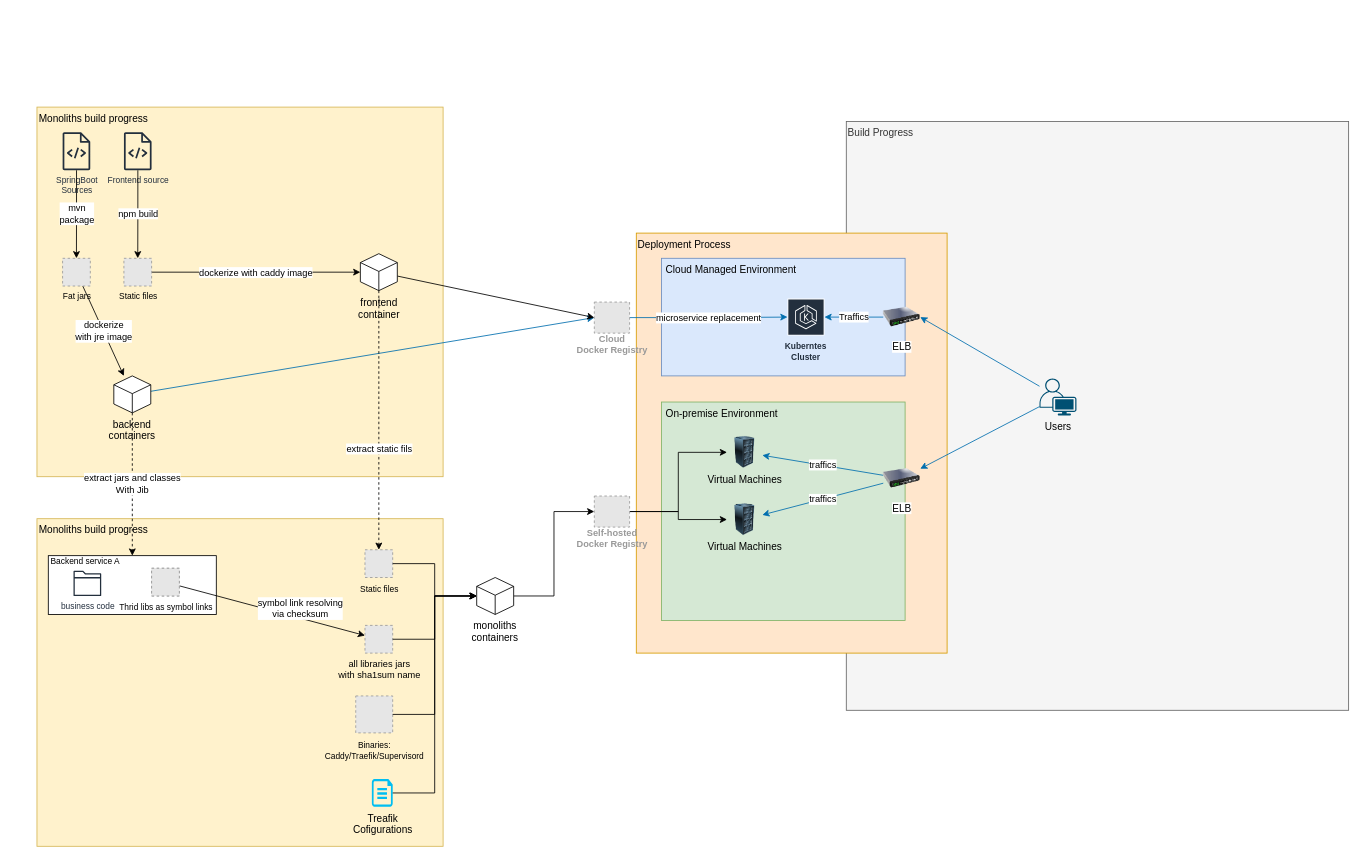
This is page "Page-1" (1 of 2) of monoliths.drawio from miao1007/fuck-2014-flirt-2015, a draw.io file, before an edit. Source tidied: cells renumbered, new cells numbered last; positions are measured from the earlier drawing's top-left corner, leaving out a move shared by most shapes. Both pictures are drawn from the tidied source at 84%, with x=0, y=0 at pixel (36, 107). Pictures stored in the file or linked from it are replaced by grey dashed boxes.
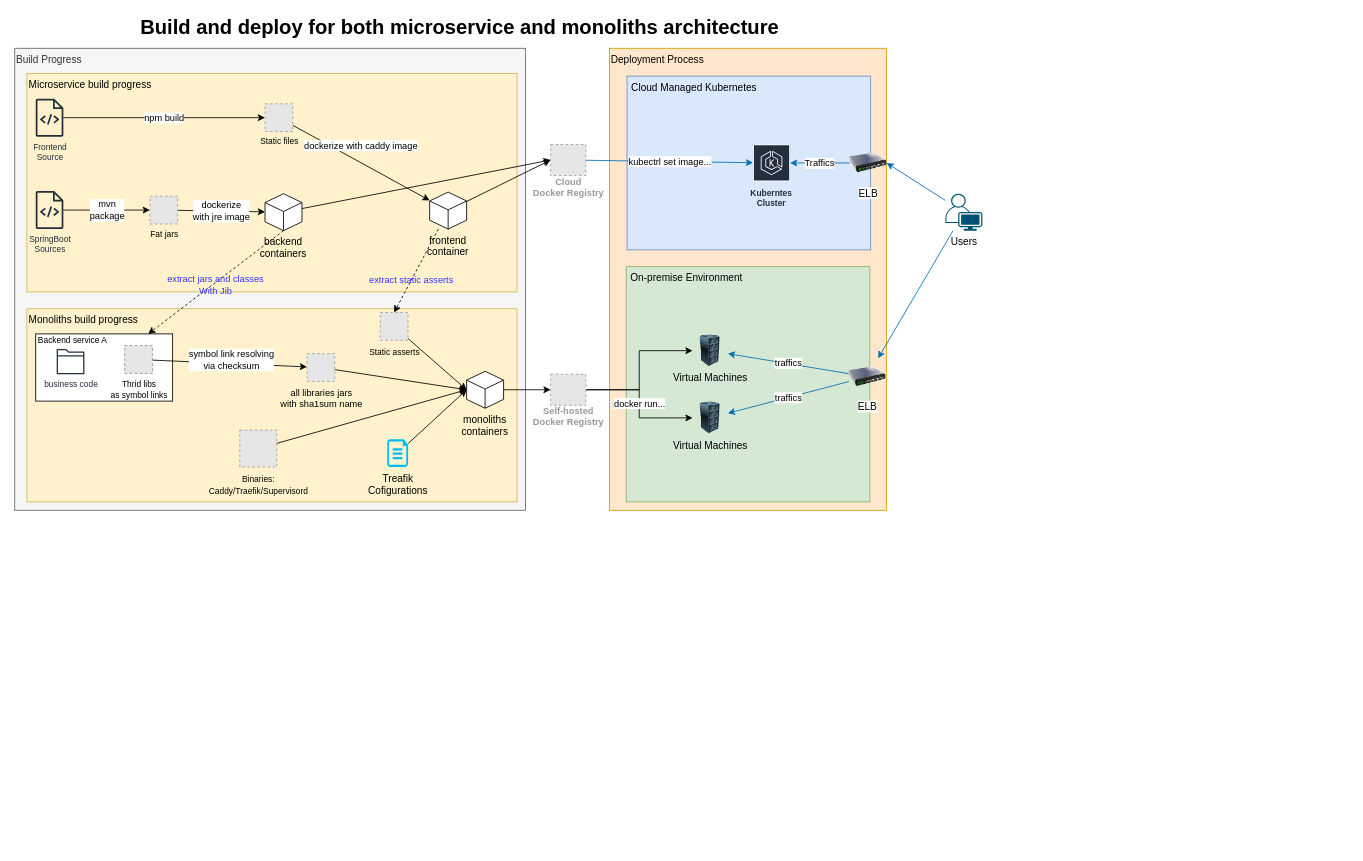
The same diagram, later.

Change to the diagram source:
```diff
@@
+    <mxCell id="3" value="Build Progress" style="rounded=0;whiteSpace=wrap;html=1;verticalAlign=top;align=left;fillColor=#f5f5f5;strokeColor=#666666;fontColor=#333333;" parent="1" vertex="1">
+      <mxGeometry x="-26" y="-70" width="608" height="550" as="geometry" />
+    </mxCell>
-    <mxCell id="2" value="Monoliths build progress" style="rounded=0;whiteSpace=wrap;html=1;fillColor=#fff2cc;strokeColor=#d6b656;align=left;verticalAlign=top;" parent="1" vertex="1">
-      <mxGeometry x="0.5" width="483.5" height="440" as="geometry" />
+    <mxCell id="2" value="Microservice build progress" style="rounded=0;whiteSpace=wrap;html=1;fillColor=#fff2cc;strokeColor=#d6b656;align=left;verticalAlign=top;" parent="1" vertex="1">
+      <mxGeometry x="-11.5" y="-40" width="583.5" height="260" as="geometry" />
     </mxCell>
-    <mxCell id="3" value="Build Progress" style="rounded=0;whiteSpace=wrap;html=1;verticalAlign=top;align=left;fillColor=#f5f5f5;strokeColor=#666666;fontColor=#333333;" parent="1" vertex="1">
-      <mxGeometry x="964" y="17.1" width="598" height="701" as="geometry" />
-    </mxCell>
     <mxCell id="4" value="Monoliths build progress" style="rounded=0;whiteSpace=wrap;html=1;fillColor=#fff2cc;strokeColor=#d6b656;align=left;verticalAlign=top;" parent="1" vertex="1">
-      <mxGeometry x="0.5" y="490" width="483.5" height="390" as="geometry" />
+      <mxGeometry x="-11.5" y="240" width="583.5" height="230" as="geometry" />
     </mxCell>
     <mxCell id="5" value="&amp;nbsp;&lt;font style=&quot;font-size: 10px;&quot;&gt;Backend service A&lt;/font&gt;" style="rounded=0;whiteSpace=wrap;html=1;fontSize=11;align=left;verticalAlign=top;spacing=0;labelPosition=center;verticalLabelPosition=middle;textDirection=ltr;spacingTop=-4;" parent="1" vertex="1">
-      <mxGeometry x="14" y="534" width="200" height="70" as="geometry" />
+      <mxGeometry x="-1" y="270" width="163" height="80" as="geometry" />
     </mxCell>
-    <mxCell id="6" value="&lt;div&gt;extract jars and classes&lt;/div&gt;&lt;div&gt;With Jib&lt;/div&gt;" style="rounded=0;jettySize=auto;html=1;exitX=0.5;exitY=1;exitDx=0;exitDy=0;dashed=1;exitPerimeter=0;" parent="1" edge="1" source="14" target="5">
-      <mxGeometry relative="1" as="geometry" />
+    <mxCell id="6" value="&lt;div&gt;extract jars and classes&lt;/div&gt;&lt;div&gt;With Jib&lt;/div&gt;" style="rounded=0;jettySize=auto;html=1;exitX=0.5;exitY=1;exitDx=0;exitDy=0;dashed=1;exitPerimeter=0;labelBackgroundColor=none;fontColor=#3333FF;" parent="1" edge="1" source="14" target="5">
+      <mxGeometry x="0.03" y="2" relative="1" as="geometry" />
     </mxCell>
     <mxCell id="7" value="Deployment Process" style="rounded=0;whiteSpace=wrap;html=1;verticalAlign=top;align=left;fillColor=#ffe6cc;strokeColor=#d79b00;" parent="1" vertex="1">
-      <mxGeometry x="714" y="150" width="370" height="500" as="geometry" />
+      <mxGeometry x="682" y="-70" width="330" height="550" as="geometry" />
     </mxCell>
     <mxCell id="8" value="&amp;nbsp;On-premise Environment" style="rounded=0;whiteSpace=wrap;html=1;verticalAlign=top;align=left;fillColor=#d5e8d4;strokeColor=#82b366;" parent="1" vertex="1">
-      <mxGeometry x="744" y="351.1" width="290" height="260" as="geometry" />
+      <mxGeometry x="702" y="190" width="290" height="280" as="geometry" />
     </mxCell>
-    <mxCell id="9" value="&amp;nbsp;Cloud Managed Environment" style="rounded=0;whiteSpace=wrap;html=1;verticalAlign=top;align=left;fillColor=#dae8fc;strokeColor=#6c8ebf;" parent="1" vertex="1">
-      <mxGeometry x="744" y="180" width="290" height="140" as="geometry" />
+    <mxCell id="9" value="&amp;nbsp;Cloud Managed Kubernetes" style="rounded=0;whiteSpace=wrap;html=1;verticalAlign=top;align=left;fillColor=#dae8fc;strokeColor=#6c8ebf;" parent="1" vertex="1">
+      <mxGeometry x="703" y="-36.9" width="290" height="206.9" as="geometry" />
     </mxCell>
     <mxCell id="10" value="&lt;div&gt;dockerize with caddy image&lt;/div&gt;" style="rounded=0;jettySize=auto;html=1;" parent="1" edge="1" source="19" target="16">
-      <mxGeometry relative="1" as="geometry" />
+      <mxGeometry x="-0.11" y="18" relative="1" as="geometry" />
     </mxCell>
-    <mxCell id="11" value="Frontend source" style="sketch=0;outlineConnect=0;fontColor=#232F3E;gradientColor=none;fillColor=#232F3D;strokeColor=none;dashed=0;verticalLabelPosition=bottom;verticalAlign=top;align=center;html=1;fontSize=10;fontStyle=0;shape=mxgraph.aws4.source_code;direction=east;flipH=0;flipV=0;" parent="1" vertex="1">
-      <mxGeometry x="104" y="30" width="33" height="45.2" as="geometry" />
+    <mxCell id="11" value="&lt;div&gt;Frontend&lt;/div&gt;&lt;div&gt;Source&lt;/div&gt;" style="sketch=0;outlineConnect=0;fontColor=#232F3E;gradientColor=none;fillColor=#232F3D;strokeColor=none;dashed=0;verticalLabelPosition=bottom;verticalAlign=top;align=center;html=1;fontSize=10;fontStyle=0;shape=mxgraph.aws4.source_code;direction=east;flipH=0;flipV=0;" parent="1" vertex="1">
+      <mxGeometry x="-1" y="-10" width="33" height="45.2" as="geometry" />
     </mxCell>
     <mxCell id="12" value="&lt;div&gt;SpringBoot&lt;/div&gt;&lt;div&gt;Sources&lt;/div&gt;" style="sketch=0;outlineConnect=0;fontColor=#232F3E;gradientColor=none;fillColor=#232F3D;strokeColor=none;dashed=0;verticalLabelPosition=bottom;verticalAlign=top;align=center;html=1;fontSize=10;fontStyle=0;shape=mxgraph.aws4.source_code;direction=east;flipH=0;flipV=0;" parent="1" vertex="1">
-      <mxGeometry x="31" y="30" width="33" height="45.2" as="geometry" />
+      <mxGeometry x="-1" y="100" width="33" height="45.2" as="geometry" />
     </mxCell>
-    <mxCell id="13" style="rounded=0;jettySize=auto;html=1;fillColor=#1ba1e2;strokeColor=#006EAF;entryX=0;entryY=0.5;entryDx=0;entryDy=0;" parent="1" edge="1" source="14" target="25">
+    <mxCell id="13" style="rounded=0;jettySize=auto;html=1;fillColor=#1ba1e2;strokeColor=#000000;entryX=0;entryY=0.5;entryDx=0;entryDy=0;" parent="1" edge="1" source="14" target="25">
       <mxGeometry relative="1" as="geometry" />
     </mxCell>
     <mxCell id="14" value="backend&lt;div&gt;containers&lt;/div&gt;" style="html=1;whiteSpace=wrap;shape=isoCube2;backgroundOutline=1;isoAngle=15;verticalAlign=top;labelPosition=center;verticalLabelPosition=bottom;align=center;direction=east;flipH=0;flipV=0;" parent="1" vertex="1">
-      <mxGeometry x="92" y="320" width="44" height="44" as="geometry" />
+      <mxGeometry x="272" y="103.1" width="44" height="44" as="geometry" />
     </mxCell>
@@
     <mxCell id="16" value="frontend&lt;div&gt;container&lt;/div&gt;" style="html=1;whiteSpace=wrap;shape=isoCube2;backgroundOutline=1;isoAngle=15;verticalAlign=top;labelPosition=center;verticalLabelPosition=bottom;align=center;direction=east;flipH=0;flipV=0;" parent="1" vertex="1">
-      <mxGeometry x="385.5" y="174.5" width="44" height="44" as="geometry" />
+      <mxGeometry x="468" y="101.2" width="44" height="44" as="geometry" />
     </mxCell>
-    <mxCell id="17" value="npm build" style="edgeStyle=orthogonalEdgeStyle;rounded=0;jettySize=auto;html=1;" parent="1" edge="1" source="11" target="19">
+    <mxCell id="17" value="npm build" style="rounded=0;jettySize=auto;html=1;" parent="1" edge="1" source="11" target="19">
       <mxGeometry relative="1" as="geometry" />
     </mxCell>
-    <mxCell id="18" value="extract static fils" style="rounded=0;jettySize=auto;html=1;dashed=1;entryX=0.5;entryY=0;entryDx=0;entryDy=0;" parent="1" edge="1" source="16" target="51">
+    <mxCell id="18" value="extract static asserts" style="rounded=0;jettySize=auto;html=1;dashed=1;entryX=0.5;entryY=0;entryDx=0;entryDy=0;labelBackgroundColor=none;fontColor=#3333FF;" parent="1" edge="1" source="16" target="51">
       <mxGeometry x="0.22" relative="1" as="geometry" />
     </mxCell>
     <mxCell id="19" value="Static files" style="fillColor=#E6E6E6;strokeColor=#999999;dashed=1;html=1;verticalAlign=top;verticalLabelPosition=bottom;labelBackgroundColor=none;fontSize=10;" parent="1" vertex="1">
-      <mxGeometry x="104" y="180" width="33" height="33" as="geometry" />
+      <mxGeometry x="272" y="-3.9" width="33" height="33" as="geometry" />
     </mxCell>
@@
     <mxCell id="21" value="&lt;div&gt;Treafik&lt;/div&gt;&lt;div&gt;Cofigurations&lt;/div&gt;" style="verticalLabelPosition=bottom;html=1;verticalAlign=top;align=center;strokeColor=none;fillColor=#00BEF2;shape=mxgraph.azure.cloud_services_configuration_file;flipV=0;" parent="1" vertex="1">
-      <mxGeometry x="399.2" y="800" width="24.8" height="33" as="geometry" />
+      <mxGeometry x="417.5" y="395.5" width="24.8" height="33" as="geometry" />
     </mxCell>
     <mxCell id="22" value="&lt;div&gt;Kuberntes&lt;/div&gt;&lt;div&gt;Cluster&lt;/div&gt;" style="sketch=0;outlineConnect=0;fontColor=#232F3E;gradientColor=none;strokeColor=#ffffff;fillColor=#232F3E;dashed=0;verticalLabelPosition=bottom;verticalAlign=top;align=center;html=1;whiteSpace=wrap;fontSize=10;fontStyle=1;spacing=3;shape=mxgraph.aws4.productIcon;prIcon=mxgraph.aws4.eks;labelPosition=center;" parent="1" vertex="1">
-      <mxGeometry x="894" y="228" width="44" height="44" as="geometry" />
+      <mxGeometry x="853" y="44.5" width="44" height="44" as="geometry" />
     </mxCell>
-    <mxCell id="23" value="microservice replacement" style="edgeStyle=orthogonalEdgeStyle;rounded=0;jettySize=auto;html=1;fillColor=#1ba1e2;strokeColor=#006EAF;" parent="1" edge="1" source="25" target="22">
+    <mxCell id="23" value="kubectrl set image..." style="rounded=0;jettySize=auto;html=1;fillColor=#1ba1e2;strokeColor=#006EAF;" parent="1" edge="1" source="25" target="22">
       <mxGeometry relative="1" as="geometry" />
     </mxCell>
     <mxCell id="24" value="&lt;div&gt;&lt;font style=&quot;font-size: 10px;&quot;&gt;Binaries:&lt;/font&gt;&lt;/div&gt;&lt;div&gt;&lt;font style=&quot;font-size: 10px;&quot;&gt;Caddy/Traefik/Supervisord&lt;/font&gt;&lt;/div&gt;" style="fillColor=#E6E6E6;strokeColor=#999999;dashed=1;html=1;verticalAlign=top;verticalLabelPosition=bottom;labelBackgroundColor=none;" parent="1" vertex="1">
-      <mxGeometry x="380" y="701" width="44" height="44" as="geometry" />
+      <mxGeometry x="242" y="384.5" width="44" height="44" as="geometry" />
     </mxCell>
     <mxCell id="25" value="&lt;div&gt;Cloud&lt;/div&gt;&lt;div&gt;Docker Registry&lt;/div&gt;" style="fillColor=#E6E6E6;strokeColor=#999999;dashed=1;html=1;verticalAlign=top;labelPosition=center;verticalLabelPosition=bottom;align=center;spacingTop=-6;fontSize=11;fontStyle=1;fontColor=#999999;" parent="1" vertex="1">
-      <mxGeometry x="664" y="232.1" width="42" height="37" as="geometry" />
+      <mxGeometry x="612" y="44.5" width="42" height="37" as="geometry" />
     </mxCell>
     <mxCell id="26" value="&lt;div&gt;Virtual Machines&lt;/div&gt;" style="image;html=1;image=img/lib/clip_art/computers/Server_Rack_128x128.png;labelBackgroundColor=none;" parent="1" vertex="1">
-      <mxGeometry x="822" y="392" width="42" height="38" as="geometry" />
+      <mxGeometry x="781" y="271" width="42" height="38" as="geometry" />
     </mxCell>
@@
     <mxCell id="29" value="ELB" style="image;html=1;image=img/lib/clip_art/networking/Switch_128x128.png;" parent="1" vertex="1">
-      <mxGeometry x="1008" y="420" width="44" height="44" as="geometry" />
+      <mxGeometry x="967" y="299" width="44" height="44" as="geometry" />
     </mxCell>
@@
     <mxCell id="32" value="&lt;div&gt;Users&lt;/div&gt;" style="points=[[0.35,0,0],[0.98,0.51,0],[1,0.71,0],[0.67,1,0],[0,0.795,0],[0,0.65,0]];verticalLabelPosition=bottom;sketch=0;html=1;verticalAlign=top;align=center;shape=mxgraph.cisco19.user;fillColor=#005073;strokeColor=none;" parent="1" vertex="1">
-      <mxGeometry x="1194" y="323.1" width="44" height="44" as="geometry" />
+      <mxGeometry x="1082" y="103.1" width="44" height="44" as="geometry" />
     </mxCell>
     <mxCell id="33" value="&lt;div&gt;Virtual Machines&lt;/div&gt;" style="image;html=1;image=img/lib/clip_art/computers/Server_Rack_128x128.png;labelBackgroundColor=none;" parent="1" vertex="1">
-      <mxGeometry x="822" y="472" width="42" height="38" as="geometry" />
+      <mxGeometry x="781" y="351" width="42" height="38" as="geometry" />
     </mxCell>
-    <mxCell id="34" style="edgeStyle=orthogonalEdgeStyle;rounded=0;jettySize=auto;html=1;entryX=0;entryY=0.5;entryDx=0;entryDy=0;" parent="1" edge="1" source="35" target="42">
+    <mxCell id="34" style="rounded=0;jettySize=auto;html=1;" parent="1" edge="1" source="35" target="42">
       <mxGeometry relative="1" as="geometry" />
     </mxCell>
     <mxCell id="35" value="monoliths&lt;div&gt;containers&lt;/div&gt;" style="html=1;whiteSpace=wrap;shape=isoCube2;backgroundOutline=1;isoAngle=15;verticalAlign=top;labelPosition=center;verticalLabelPosition=bottom;align=center;direction=east;flipH=0;flipV=0;" parent="1" vertex="1">
-      <mxGeometry x="524" y="560" width="44" height="44" as="geometry" />
+      <mxGeometry x="512" y="314.5" width="44" height="44" as="geometry" />
     </mxCell>
-    <mxCell id="36" value="&lt;div&gt;mvn&lt;/div&gt;&lt;div&gt;package&lt;/div&gt;" style="edgeStyle=orthogonalEdgeStyle;rounded=0;jettySize=auto;html=1;" parent="1" edge="1" source="12" target="37">
+    <mxCell id="36" value="&lt;div&gt;mvn&lt;/div&gt;&lt;div&gt;package&lt;/div&gt;" style="rounded=0;jettySize=auto;html=1;" parent="1" edge="1" source="12" target="37">
       <mxGeometry relative="1" as="geometry" />
     </mxCell>
     <mxCell id="37" value="Fat jars" style="fillColor=#E6E6E6;strokeColor=#999999;dashed=1;html=1;verticalAlign=top;verticalLabelPosition=bottom;labelBackgroundColor=none;fontSize=10;" parent="1" vertex="1">
-      <mxGeometry x="31" y="180" width="33" height="33" as="geometry" />
+      <mxGeometry x="135" y="106.1" width="33" height="33" as="geometry" />
     </mxCell>
@@
     <mxCell id="39" value="ELB" style="image;html=1;image=img/lib/clip_art/networking/Switch_128x128.png;" parent="1" vertex="1">
-      <mxGeometry x="1008" y="228" width="44" height="44" as="geometry" />
+      <mxGeometry x="968" y="44.5" width="44" height="44" as="geometry" />
     </mxCell>
@@
-    <mxCell id="41" style="edgeStyle=orthogonalEdgeStyle;rounded=0;jettySize=auto;html=1;" parent="1" edge="1" source="42" target="33">
+    <mxCell id="41" value="docker run..." style="edgeStyle=orthogonalEdgeStyle;rounded=0;jettySize=auto;html=1;" parent="1" edge="1" source="42" target="33">
       <mxGeometry relative="1" as="geometry" />
     </mxCell>
     <mxCell id="42" value="&lt;div&gt;Self-hosted&lt;/div&gt;&lt;div&gt;Docker Registry&lt;/div&gt;" style="fillColor=#E6E6E6;strokeColor=#999999;dashed=1;html=1;verticalAlign=top;labelPosition=center;verticalLabelPosition=bottom;align=center;spacingTop=-6;fontSize=11;fontStyle=1;fontColor=#999999;" parent="1" vertex="1">
-      <mxGeometry x="664" y="463" width="42" height="37" as="geometry" />
+      <mxGeometry x="612" y="318" width="42" height="37" as="geometry" />
     </mxCell>
     <mxCell id="43" value="&lt;div&gt;symbol link resolving&lt;/div&gt;&lt;div&gt;via checksum&lt;/div&gt;" style="rounded=0;jettySize=auto;html=1;labelBackgroundColor=default;" parent="1" edge="1" source="48" target="44">
-      <mxGeometry x="0.28" y="11" relative="1" as="geometry" />
+      <mxGeometry x="0.02" y="4" relative="1" as="geometry" />
     </mxCell>
     <mxCell id="44" value="&lt;div&gt;all libraries jars&lt;/div&gt;&lt;div&gt;with sha1sum name&lt;/div&gt;" style="fillColor=#E6E6E6;strokeColor=#999999;dashed=1;html=1;verticalAlign=top;verticalLabelPosition=bottom;labelBackgroundColor=none;fontSize=11;" parent="1" vertex="1">
-      <mxGeometry x="391" y="617" width="33" height="33" as="geometry" />
+      <mxGeometry x="322" y="293.5" width="33" height="33" as="geometry" />
     </mxCell>
     <mxCell id="45" value="&lt;div&gt;business code&lt;/div&gt;" style="sketch=0;fontColor=#232F3E;gradientColor=none;fillColor=#232F3D;strokeColor=none;dashed=0;verticalLabelPosition=bottom;verticalAlign=top;align=center;html=1;fontSize=10;fontStyle=0;shape=mxgraph.aws4.folder;flipV=0;" parent="1" vertex="1">
-      <mxGeometry x="44" y="552" width="33" height="30.1" as="geometry" />
+      <mxGeometry x="24" y="288" width="33" height="30.1" as="geometry" />
     </mxCell>
     <mxCell id="46" style="group;fontSize=8;" parent="1" vertex="1">
-      <mxGeometry x="137" y="549" width="33" height="33" as="geometry" />
+      <mxGeometry x="105" y="284" width="33" height="33" as="geometry" />
     </mxCell>
@@
-    <mxCell id="48" value="&lt;div&gt;&lt;font style=&quot;font-size: 10px;&quot;&gt;Thrid libs as symbol links&lt;/font&gt;&lt;/div&gt;" style="fillColor=#E6E6E6;strokeColor=#999999;dashed=1;html=1;verticalAlign=top;verticalLabelPosition=bottom;labelBackgroundColor=none;fontSize=11;" parent="46" vertex="1">
+    <mxCell id="48" value="&lt;div&gt;&lt;font style=&quot;font-size: 10px;&quot;&gt;Thrid libs&lt;/font&gt;&lt;/div&gt;&lt;div&gt;&lt;font style=&quot;font-size: 10px;&quot;&gt;as symbol links&lt;/font&gt;&lt;/div&gt;" style="fillColor=#E6E6E6;strokeColor=#999999;dashed=1;html=1;verticalAlign=top;verticalLabelPosition=bottom;labelBackgroundColor=none;fontSize=11;" parent="46" vertex="1">
       <mxGeometry width="33" height="33" as="geometry" />
     </mxCell>
-    <mxCell id="49" style="edgeStyle=orthogonalEdgeStyle;rounded=0;jettySize=auto;html=1;entryX=0;entryY=0.5;entryDx=0;entryDy=0;entryPerimeter=0;" parent="1" edge="1" source="44" target="35">
+    <mxCell id="49" style="rounded=0;jettySize=auto;html=1;entryX=0;entryY=0.5;entryDx=0;entryDy=0;entryPerimeter=0;" parent="1" edge="1" source="44" target="35">
       <mxGeometry relative="1" as="geometry" />
     </mxCell>
-    <mxCell id="50" style="edgeStyle=orthogonalEdgeStyle;rounded=0;jettySize=auto;html=1;entryX=0;entryY=0.5;entryDx=0;entryDy=0;entryPerimeter=0;" parent="1" edge="1" source="24" target="35">
+    <mxCell id="50" style="rounded=0;jettySize=auto;html=1;entryX=0;entryY=0.5;entryDx=0;entryDy=0;entryPerimeter=0;" parent="1" edge="1" source="24" target="35">
       <mxGeometry relative="1" as="geometry" />
     </mxCell>
-    <mxCell id="51" value="&lt;font style=&quot;font-size: 10px;&quot;&gt;Static files&lt;/font&gt;" style="fillColor=#E6E6E6;strokeColor=#999999;dashed=1;html=1;verticalAlign=top;verticalLabelPosition=bottom;labelBackgroundColor=none;" parent="1" vertex="1">
-      <mxGeometry x="391" y="527" width="33" height="33" as="geometry" />
+    <mxCell id="51" value="&lt;font style=&quot;font-size: 10px;&quot;&gt;Static asserts&lt;/font&gt;" style="fillColor=#E6E6E6;strokeColor=#999999;dashed=1;html=1;verticalAlign=top;verticalLabelPosition=bottom;labelBackgroundColor=none;" parent="1" vertex="1">
+      <mxGeometry x="409.2" y="244.6" width="33" height="33" as="geometry" />
     </mxCell>
-    <mxCell id="52" style="edgeStyle=orthogonalEdgeStyle;rounded=0;jettySize=auto;html=1;entryX=0;entryY=0.5;entryDx=0;entryDy=0;entryPerimeter=0;" parent="1" edge="1" source="51" target="35">
+    <mxCell id="52" style="rounded=0;jettySize=auto;html=1;entryX=0;entryY=0.5;entryDx=0;entryDy=0;entryPerimeter=0;" parent="1" edge="1" source="51" target="35">
       <mxGeometry relative="1" as="geometry" />
     </mxCell>
-    <mxCell id="53" style="edgeStyle=orthogonalEdgeStyle;rounded=0;jettySize=auto;html=1;entryX=0;entryY=0.5;entryDx=0;entryDy=0;entryPerimeter=0;" parent="1" edge="1" source="21" target="35">
+    <mxCell id="53" style="rounded=0;jettySize=auto;html=1;entryX=0;entryY=0.5;entryDx=0;entryDy=0;entryPerimeter=0;" parent="1" edge="1" source="21" target="35">
       <mxGeometry relative="1" as="geometry" />
     </mxCell>
+    <mxCell id="54" value="&lt;font style=&quot;font-size: 24px;&quot;&gt;&lt;b&gt;&lt;font&gt;Build and deploy for both microservice and monoliths architecture&lt;/font&gt;&lt;/b&gt;&lt;/font&gt;" style="text;html=1;align=center;verticalAlign=middle;whiteSpace=wrap;rounded=0;" parent="1" vertex="1">
+      <mxGeometry x="-26" y="-110" width="1060" height="30" as="geometry" />
+    </mxCell>
```
